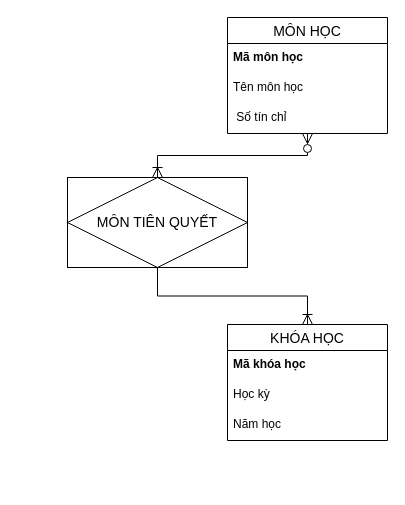
This is page "Bài 3" (3 of 3) of CSDL_IT5_ITB104_Võ_Huy_Long.drawio from LONGDKZdev/Flowchart, a draw.io file, before an edit. Source tidied: cells renumbered, new cells numbered last; positions are measured from the earlier drawing's top-left corner, leaving out a move shared by most shapes. Both pictures are drawn from the tidied source at 100%, with x=0, y=0 at pixel (67, 17).
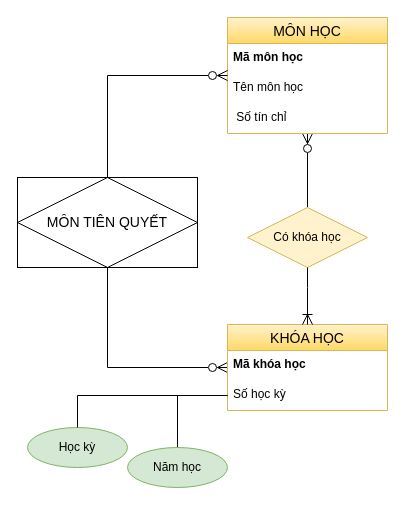
The same page after the edit.

Diff of the diagram source:
```diff
@@
+    <mxCell id="13" style="edgeStyle=orthogonalEdgeStyle;rounded=0;jettySize=auto;html=1;fontSize=12;startSize=8;endSize=8;endArrow=none;endFill=0;startArrow=ERzeroToMany;startFill=0;shadow=0;" parent="1" edge="1" source="2" target="14">
+      <mxGeometry relative="1" as="geometry" />
+    </mxCell>
-    <mxCell id="2" value="MÔN HỌC" style="swimlane;fontStyle=0;horizontal=1;startSize=26;align=center;fontSize=14;" parent="1" vertex="1">
+    <mxCell id="2" value="MÔN HỌC" style="swimlane;fontStyle=0;horizontal=1;startSize=26;align=center;fontSize=14;fillColor=#fff2cc;gradientColor=#ffd966;strokeColor=#d6b656;" parent="1" vertex="1">
       <mxGeometry x="160" width="160" height="116" as="geometry" />
     </mxCell>
@@
-    <mxCell id="6" style="edgeStyle=orthogonalEdgeStyle;rounded=0;jettySize=auto;html=1;fontSize=12;startSize=8;endSize=8;endArrow=none;endFill=0;startArrow=ERoneToMany;startFill=0;" parent="1" edge="1" source="7" target="11">
+    <mxCell id="6" style="edgeStyle=orthogonalEdgeStyle;rounded=0;jettySize=auto;html=1;fontSize=12;startSize=8;endSize=8;endArrow=none;endFill=0;startArrow=ERzeroToMany;startFill=0;" parent="1" edge="1" source="7" target="11">
       <mxGeometry relative="1" as="geometry" />
     </mxCell>
-    <mxCell id="7" value="KHÓA HỌC" style="swimlane;fontStyle=0;horizontal=1;startSize=26;align=center;fontSize=14;" parent="1" vertex="1">
-      <mxGeometry x="160" y="307" width="160" height="116" as="geometry" />
+    <mxCell id="7" value="KHÓA HỌC" style="swimlane;fontStyle=0;horizontal=1;startSize=26;align=center;fontSize=14;fillColor=#fff2cc;gradientColor=#ffd966;strokeColor=#d6b656;" parent="1" vertex="1">
+      <mxGeometry x="160" y="307" width="160" height="86" as="geometry" />
     </mxCell>
@@
-    <mxCell id="9" value="Học kỳ" style="text;strokeColor=none;fillColor=none;spacingLeft=4;spacingRight=4;overflow=hidden;points=[[0,0.5],[1,0.5]];portConstraint=eastwest;fontSize=12;whiteSpace=wrap;html=1;" parent="7" vertex="1">
+    <mxCell id="9" value="Số học kỳ" style="text;strokeColor=none;fillColor=none;spacingLeft=4;spacingRight=4;overflow=hidden;points=[[0,0.5],[1,0.5]];portConstraint=eastwest;fontSize=12;whiteSpace=wrap;html=1;" parent="7" vertex="1">
       <mxGeometry y="56" width="160" height="30" as="geometry" />
     </mxCell>
-    <mxCell id="10" value="Năm học" style="text;strokeColor=none;fillColor=none;spacingLeft=4;spacingRight=4;overflow=hidden;points=[[0,0.5],[1,0.5]];portConstraint=eastwest;fontSize=12;whiteSpace=wrap;html=1;" parent="7" vertex="1">
-      <mxGeometry y="86" width="160" height="30" as="geometry" />
-    </mxCell>
     <mxCell id="11" value="&lt;span style=&quot;font-size: 14px; text-wrap: nowrap;&quot;&gt;MÔN TIÊN QUYẾT&lt;/span&gt;" style="shape=associativeEntity;whiteSpace=wrap;html=1;align=center;" parent="1" vertex="1">
-      <mxGeometry y="160" width="180" height="90" as="geometry" />
+      <mxGeometry x="-50" y="160" width="180" height="90" as="geometry" />
     </mxCell>
-    <mxCell id="12" style="edgeStyle=orthogonalEdgeStyle;fontSize=12;html=1;endArrow=ERoneToMany;startArrow=ERzeroToMany;rounded=0;startSize=8;endSize=8;endFill=0;startFill=0;" parent="1" edge="1" source="2" target="11">
+    <mxCell id="12" style="edgeStyle=orthogonalEdgeStyle;fontSize=12;html=1;endArrow=none;startArrow=ERzeroToMany;rounded=0;startSize=8;endSize=8;endFill=0;startFill=0;" parent="1" edge="1" source="2" target="11">
       <mxGeometry relative="1" as="geometry" />
     </mxCell>
+    <mxCell id="14" value="Có khóa học" style="shape=rhombus;perimeter=rhombusPerimeter;whiteSpace=wrap;html=1;align=center;fillColor=#fff2cc;strokeColor=#d6b656;" parent="1" vertex="1">
+      <mxGeometry x="180" y="190" width="120" height="60" as="geometry" />
+    </mxCell>
+    <mxCell id="15" style="edgeStyle=orthogonalEdgeStyle;fontSize=12;html=1;endArrow=ERoneToMany;endFill=0;rounded=0;startSize=8;endSize=8;" parent="1" edge="1" source="14" target="7">
+      <mxGeometry relative="1" as="geometry">
+        <Array as="points">
+          <mxPoint x="240" y="270" />
+          <mxPoint x="240" y="270" />
+        </Array>
+      </mxGeometry>
+    </mxCell>
+    <mxCell id="16" style="edgeStyle=orthogonalEdgeStyle;rounded=0;jettySize=auto;html=1;fontSize=12;startSize=8;endSize=8;startArrow=none;startFill=0;endArrow=none;endFill=0;" parent="1" edge="1" source="9" target="10">
+      <mxGeometry relative="1" as="geometry" />
+    </mxCell>
+    <mxCell id="17" value="Học kỳ" style="ellipse;whiteSpace=wrap;html=1;align=center;fillColor=#d5e8d4;strokeColor=#82b366;" parent="1" vertex="1">
+      <mxGeometry x="-40" y="410" width="100" height="40" as="geometry" />
+    </mxCell>
+    <mxCell id="10" value="Năm học" style="ellipse;whiteSpace=wrap;html=1;align=center;fillColor=#d5e8d4;strokeColor=#82b366;" parent="1" vertex="1">
+      <mxGeometry x="60" y="430" width="100" height="40" as="geometry" />
+    </mxCell>
+    <mxCell id="18" style="edgeStyle=orthogonalEdgeStyle;rounded=0;jettySize=auto;html=1;fontSize=12;startSize=8;endSize=8;startArrow=none;startFill=0;endArrow=none;endFill=0;" parent="1" edge="1" source="9" target="17">
+      <mxGeometry relative="1" as="geometry" />
+    </mxCell>
```
